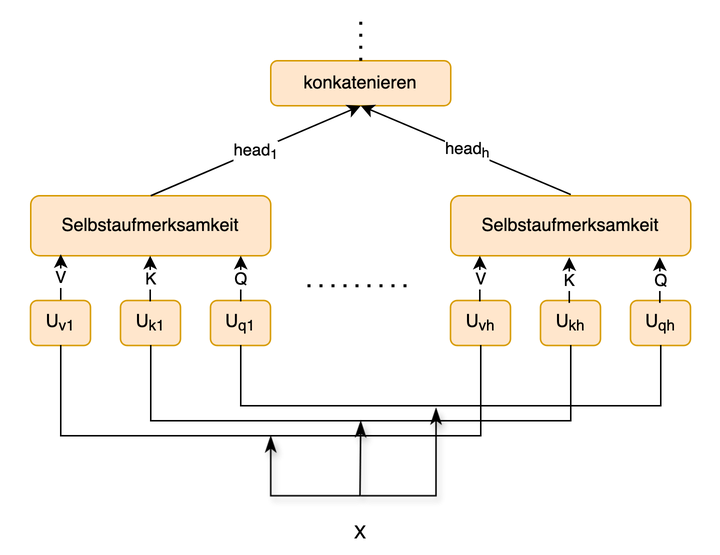
Above: assets/img/projection_matrices.png in omseeth/omseeth.github.io (draw.io), before the change. Source tidied: cells renumbered, new cells last; positions are measured from the earlier drawing's top-left corner, leaving out a move shared by most shapes. Its diagram source:
```xml
<mxGraphModel>
  <root>
    <mxCell id="0" />
    <mxCell id="1" parent="0" />
    <mxCell id="2" style="rounded=0;whiteSpace=wrap;html=1;strokeColor=none;" parent="1" vertex="1">
      <mxGeometry width="480" height="370" as="geometry" />
    </mxCell>
    <mxCell id="3" value="X" style="text;html=1;align=center;verticalAlign=middle;whiteSpace=wrap;rounded=0;" parent="1" vertex="1">
      <mxGeometry x="210" y="340" width="60" height="30" as="geometry" />
    </mxCell>
    <mxCell id="4" value="U&lt;sub&gt;v1&lt;/sub&gt;" style="rounded=1;whiteSpace=wrap;html=1;fillColor=#ffe6cc;strokeColor=#d79b00;" parent="1" vertex="1">
      <mxGeometry x="20" y="200" width="40" height="30" as="geometry" />
    </mxCell>
    <mxCell id="5" value="U&lt;sub&gt;k1&lt;/sub&gt;" style="rounded=1;whiteSpace=wrap;html=1;fillColor=#ffe6cc;strokeColor=#d79b00;" parent="1" vertex="1">
      <mxGeometry x="80" y="200" width="40" height="30" as="geometry" />
    </mxCell>
    <mxCell id="6" value="U&lt;sub&gt;q1&lt;/sub&gt;" style="rounded=1;whiteSpace=wrap;html=1;fillColor=#ffe6cc;strokeColor=#d79b00;" parent="1" vertex="1">
      <mxGeometry x="140" y="200" width="40" height="30" as="geometry" />
    </mxCell>
    <mxCell id="7" value="U&lt;sub&gt;vh&lt;/sub&gt;" style="rounded=1;whiteSpace=wrap;html=1;fillColor=#ffe6cc;strokeColor=#d79b00;" parent="1" vertex="1">
      <mxGeometry x="300" y="200" width="40" height="30" as="geometry" />
    </mxCell>
    <mxCell id="8" value="U&lt;sub&gt;kh&lt;/sub&gt;" style="rounded=1;whiteSpace=wrap;html=1;fillColor=#ffe6cc;strokeColor=#d79b00;" parent="1" vertex="1">
      <mxGeometry x="360" y="200" width="40" height="30" as="geometry" />
    </mxCell>
    <mxCell id="9" value="U&lt;sub&gt;qh&lt;/sub&gt;" style="rounded=1;whiteSpace=wrap;html=1;fillColor=#ffe6cc;strokeColor=#d79b00;" parent="1" vertex="1">
      <mxGeometry x="420" y="200" width="40" height="30" as="geometry" />
    </mxCell>
    <mxCell id="10" style="endArrow=classicThin;html=1;rounded=0;endFill=1;endSize=8;entryX=0.5;entryY=1;entryDx=0;entryDy=0;shadow=1;" parent="1" edge="1" target="14">
      <mxGeometry relative="1" as="geometry">
        <mxPoint x="239.5" y="330" as="sourcePoint" />
      </mxGeometry>
    </mxCell>
    <mxCell id="11" style="edgeStyle=segmentEdgeStyle;endArrow=classicThin;html=1;curved=0;rounded=0;endSize=8;startSize=8;endFill=1;entryX=0.465;entryY=1.035;entryDx=0;entryDy=0;entryPerimeter=0;shadow=1;" parent="1" edge="1" target="15">
      <mxGeometry relative="1" as="geometry">
        <mxPoint x="240" y="330" as="sourcePoint" />
      </mxGeometry>
    </mxCell>
    <mxCell id="12" style="edgeStyle=segmentEdgeStyle;endArrow=classicThin;html=1;curved=0;rounded=0;endSize=8;startSize=8;endFill=1;entryX=0.5;entryY=1;entryDx=0;entryDy=0;shadow=1;" parent="1" edge="1" target="13">
      <mxGeometry relative="1" as="geometry">
        <mxPoint x="240" y="330" as="sourcePoint" />
        <Array as="points">
          <mxPoint x="180" y="330" />
        </Array>
      </mxGeometry>
    </mxCell>
    <mxCell id="13" style="shape=partialRectangle;whiteSpace=wrap;html=1;bottom=1;right=1;left=1;top=0;fillColor=none;routingCenterX=-0.5;" parent="1" vertex="1">
      <mxGeometry x="40" y="230" width="280" height="60" as="geometry" />
    </mxCell>
    <mxCell id="14" style="shape=partialRectangle;whiteSpace=wrap;html=1;bottom=1;right=1;left=1;top=0;fillColor=none;routingCenterX=-0.5;" parent="1" vertex="1">
      <mxGeometry x="100" y="230" width="280" height="50" as="geometry" />
    </mxCell>
    <mxCell id="15" style="shape=partialRectangle;whiteSpace=wrap;html=1;bottom=1;right=1;left=1;top=0;fillColor=none;routingCenterX=-0.5;" parent="1" vertex="1">
      <mxGeometry x="160" y="230" width="280" height="40" as="geometry" />
    </mxCell>
    <mxCell id="16" value="Selbstaufmerksamkeit" style="rounded=1;whiteSpace=wrap;html=1;fillColor=#ffe6cc;strokeColor=#d79b00;" parent="1" vertex="1">
      <mxGeometry x="20" y="130" width="160" height="40" as="geometry" />
    </mxCell>
    <mxCell id="17" value="Selbstaufmerksamkeit" style="rounded=1;whiteSpace=wrap;html=1;fillColor=#ffe6cc;strokeColor=#d79b00;" parent="1" vertex="1">
      <mxGeometry x="300" y="130" width="160" height="40" as="geometry" />
    </mxCell>
    <mxCell id="18" style="endArrow=none;dashed=1;html=1;dashPattern=1 3;strokeWidth=2;rounded=0;" parent="1" edge="1">
      <mxGeometry relative="1" as="geometry">
        <mxPoint x="204.5" y="190" as="sourcePoint" />
        <mxPoint x="275.5" y="190" as="targetPoint" />
      </mxGeometry>
    </mxCell>
    <mxCell id="19" value="konkatenieren" style="rounded=1;whiteSpace=wrap;html=1;fillColor=#ffe6cc;strokeColor=#d79b00;" parent="1" vertex="1">
      <mxGeometry x="180" y="40" width="120" height="30" as="geometry" />
    </mxCell>
    <mxCell id="20" style="endArrow=classic;html=1;rounded=0;entryX=0.5;entryY=1;entryDx=0;entryDy=0;" parent="1" edge="1" target="19">
      <mxGeometry relative="1" as="geometry">
        <mxPoint x="100" y="130" as="sourcePoint" />
      </mxGeometry>
    </mxCell>
    <mxCell id="21" value="head&lt;sub&gt;1&lt;/sub&gt;" style="edgeLabel;html=1;align=center;verticalAlign=middle;" parent="20" vertex="1">
      <mxGeometry relative="1" as="geometry" />
    </mxCell>
    <mxCell id="22" style="endArrow=classic;html=1;rounded=0;entryX=0.5;entryY=1;entryDx=0;entryDy=0;" parent="1" edge="1" target="19">
      <mxGeometry relative="1" as="geometry">
        <mxPoint x="380" y="129.2" as="sourcePoint" />
      </mxGeometry>
    </mxCell>
    <mxCell id="23" value="head&lt;sub&gt;h&lt;/sub&gt;" style="edgeLabel;html=1;align=center;verticalAlign=middle;" parent="22" vertex="1">
      <mxGeometry relative="1" as="geometry" />
    </mxCell>
    <mxCell id="24" style="endArrow=none;dashed=1;html=1;dashPattern=1 3;strokeWidth=2;rounded=0;" parent="1" edge="1">
      <mxGeometry relative="1" as="geometry">
        <mxPoint x="240" y="40" as="sourcePoint" />
        <mxPoint x="240" y="10" as="targetPoint" />
      </mxGeometry>
    </mxCell>
    <mxCell id="25" style="endArrow=classic;html=1;rounded=0;" parent="1" edge="1">
      <mxGeometry relative="1" as="geometry">
        <mxPoint x="40" y="199.4" as="sourcePoint" />
        <mxPoint x="40" y="169" as="targetPoint" />
      </mxGeometry>
    </mxCell>
    <mxCell id="26" value="V" style="edgeLabel;html=1;align=center;verticalAlign=middle;" parent="25" vertex="1">
      <mxGeometry relative="1" as="geometry" />
    </mxCell>
    <mxCell id="27" style="endArrow=classic;html=1;rounded=0;entryX=0.125;entryY=0.978;entryDx=0;entryDy=0;entryPerimeter=0;" parent="1" edge="1">
      <mxGeometry relative="1" as="geometry">
        <mxPoint x="99.6" y="200.4" as="sourcePoint" />
        <mxPoint x="99.6" y="170" as="targetPoint" />
      </mxGeometry>
    </mxCell>
    <mxCell id="28" value="K" style="edgeLabel;html=1;align=center;verticalAlign=middle;" parent="27" vertex="1">
      <mxGeometry relative="1" as="geometry" />
    </mxCell>
    <mxCell id="29" style="endArrow=classic;html=1;rounded=0;entryX=0.125;entryY=0.978;entryDx=0;entryDy=0;entryPerimeter=0;" parent="1" edge="1">
      <mxGeometry relative="1" as="geometry">
        <mxPoint x="160" y="200.4" as="sourcePoint" />
        <mxPoint x="160" y="170" as="targetPoint" />
      </mxGeometry>
    </mxCell>
    <mxCell id="30" value="Q" style="edgeLabel;html=1;align=center;verticalAlign=middle;" parent="29" vertex="1">
      <mxGeometry relative="1" as="geometry" />
    </mxCell>
    <mxCell id="31" style="endArrow=classic;html=1;rounded=0;" parent="1" edge="1">
      <mxGeometry relative="1" as="geometry">
        <mxPoint x="319.4" y="200.4" as="sourcePoint" />
        <mxPoint x="319.4" y="170" as="targetPoint" />
      </mxGeometry>
    </mxCell>
    <mxCell id="32" value="V" style="edgeLabel;html=1;align=center;verticalAlign=middle;" parent="31" vertex="1">
      <mxGeometry relative="1" as="geometry" />
    </mxCell>
    <mxCell id="33" style="endArrow=classic;html=1;rounded=0;entryX=0.125;entryY=0.978;entryDx=0;entryDy=0;entryPerimeter=0;" parent="1" edge="1">
      <mxGeometry relative="1" as="geometry">
        <mxPoint x="379" y="201.4" as="sourcePoint" />
        <mxPoint x="379" y="171" as="targetPoint" />
      </mxGeometry>
    </mxCell>
    <mxCell id="34" value="K" style="edgeLabel;html=1;align=center;verticalAlign=middle;" parent="33" vertex="1">
      <mxGeometry relative="1" as="geometry" />
    </mxCell>
    <mxCell id="35" style="endArrow=classic;html=1;rounded=0;entryX=0.125;entryY=0.978;entryDx=0;entryDy=0;entryPerimeter=0;" parent="1" edge="1">
      <mxGeometry relative="1" as="geometry">
        <mxPoint x="439.4" y="201.4" as="sourcePoint" />
        <mxPoint x="439.4" y="171" as="targetPoint" />
      </mxGeometry>
    </mxCell>
    <mxCell id="36" value="Q" style="edgeLabel;html=1;align=center;verticalAlign=middle;" parent="35" vertex="1">
      <mxGeometry relative="1" as="geometry" />
    </mxCell>
  </root>
</mxGraphModel>
```
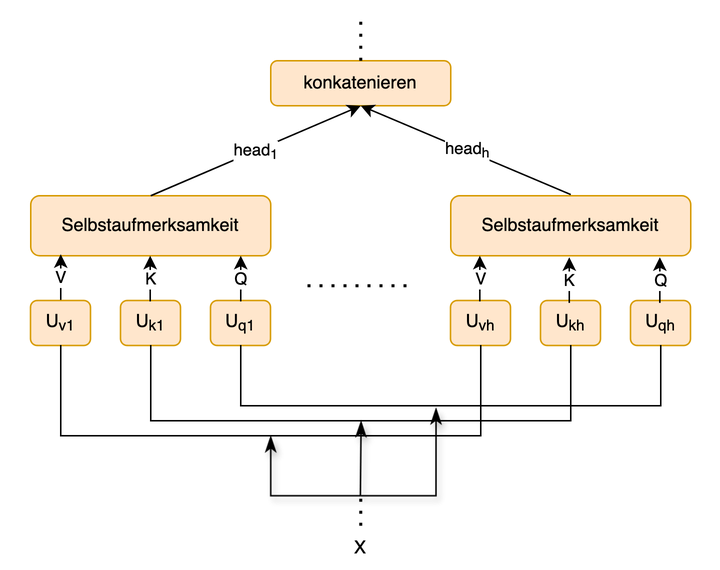
After the commit.

Commit message:
projection matrices

Change to the diagram source:
```diff
@@ -3,10 +3,10 @@
     <mxCell id="0" />
     <mxCell id="1" parent="0" />
     <mxCell id="2" style="rounded=0;whiteSpace=wrap;html=1;strokeColor=none;" parent="1" vertex="1">
-      <mxGeometry width="480" height="370" as="geometry" />
+      <mxGeometry width="480" height="380" as="geometry" />
     </mxCell>
     <mxCell id="3" value="X" style="text;html=1;align=center;verticalAlign=middle;whiteSpace=wrap;rounded=0;" parent="1" vertex="1">
-      <mxGeometry x="210" y="340" width="60" height="30" as="geometry" />
+      <mxGeometry x="210" y="350" width="60" height="30" as="geometry" />
     </mxCell>
     <mxCell id="4" value="U&lt;sub&gt;v1&lt;/sub&gt;" style="rounded=1;whiteSpace=wrap;html=1;fillColor=#ffe6cc;strokeColor=#d79b00;" parent="1" vertex="1">
       <mxGeometry x="20" y="200" width="40" height="30" as="geometry" />
@@ -26,9 +26,10 @@
     <mxCell id="9" value="U&lt;sub&gt;qh&lt;/sub&gt;" style="rounded=1;whiteSpace=wrap;html=1;fillColor=#ffe6cc;strokeColor=#d79b00;" parent="1" vertex="1">
       <mxGeometry x="420" y="200" width="40" height="30" as="geometry" />
     </mxCell>
-    <mxCell id="10" style="endArrow=classicThin;html=1;rounded=0;endFill=1;endSize=8;entryX=0.5;entryY=1;entryDx=0;entryDy=0;shadow=1;" parent="1" edge="1" target="14">
+    <mxCell id="10" style="endArrow=classicThin;html=1;rounded=0;endFill=1;endSize=8;entryX=0.5;entryY=1;entryDx=0;entryDy=0;shadow=1;" parent="1" edge="1">
       <mxGeometry relative="1" as="geometry">
-        <mxPoint x="239.5" y="330" as="sourcePoint" />
+        <mxPoint x="239.8" y="330" as="sourcePoint" />
+        <mxPoint x="240.2" y="280" as="targetPoint" />
       </mxGeometry>
     </mxCell>
     <mxCell id="11" style="edgeStyle=segmentEdgeStyle;endArrow=classicThin;html=1;curved=0;rounded=0;endSize=8;startSize=8;endFill=1;entryX=0.465;entryY=1.035;entryDx=0;entryDy=0;entryPerimeter=0;shadow=1;" parent="1" edge="1" target="15">
@@ -144,5 +145,11 @@
     <mxCell id="36" value="Q" style="edgeLabel;html=1;align=center;verticalAlign=middle;" parent="35" vertex="1">
       <mxGeometry relative="1" as="geometry" />
     </mxCell>
+    <mxCell id="37" style="endArrow=none;dashed=1;html=1;dashPattern=1 3;strokeWidth=2;rounded=0;" parent="1" edge="1">
+      <mxGeometry relative="1" as="geometry">
+        <mxPoint x="240" y="350" as="sourcePoint" />
+        <mxPoint x="240" y="330" as="targetPoint" />
+      </mxGeometry>
+    </mxCell>
   </root>
 </mxGraphModel>
```
